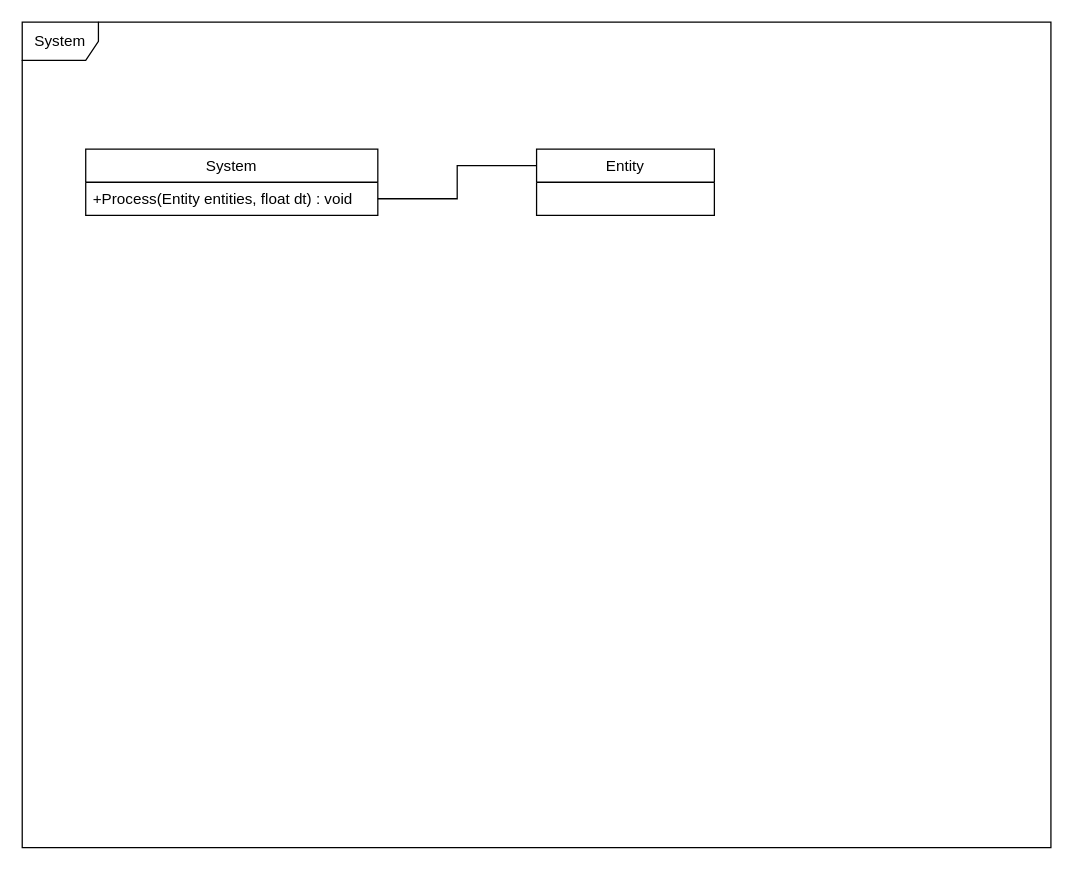
Above: page "System" (1 of 5) of UMLDiagram.drawio in hazN/ECS_Engine (draw.io), before the change. Source tidied: cells renumbered, new cells numbered last; positions are measured from the earlier drawing's top-left corner, leaving out a move shared by most shapes. Both pictures are drawn from the tidied source at 127%, with x=0, y=0 at pixel (22, 22).
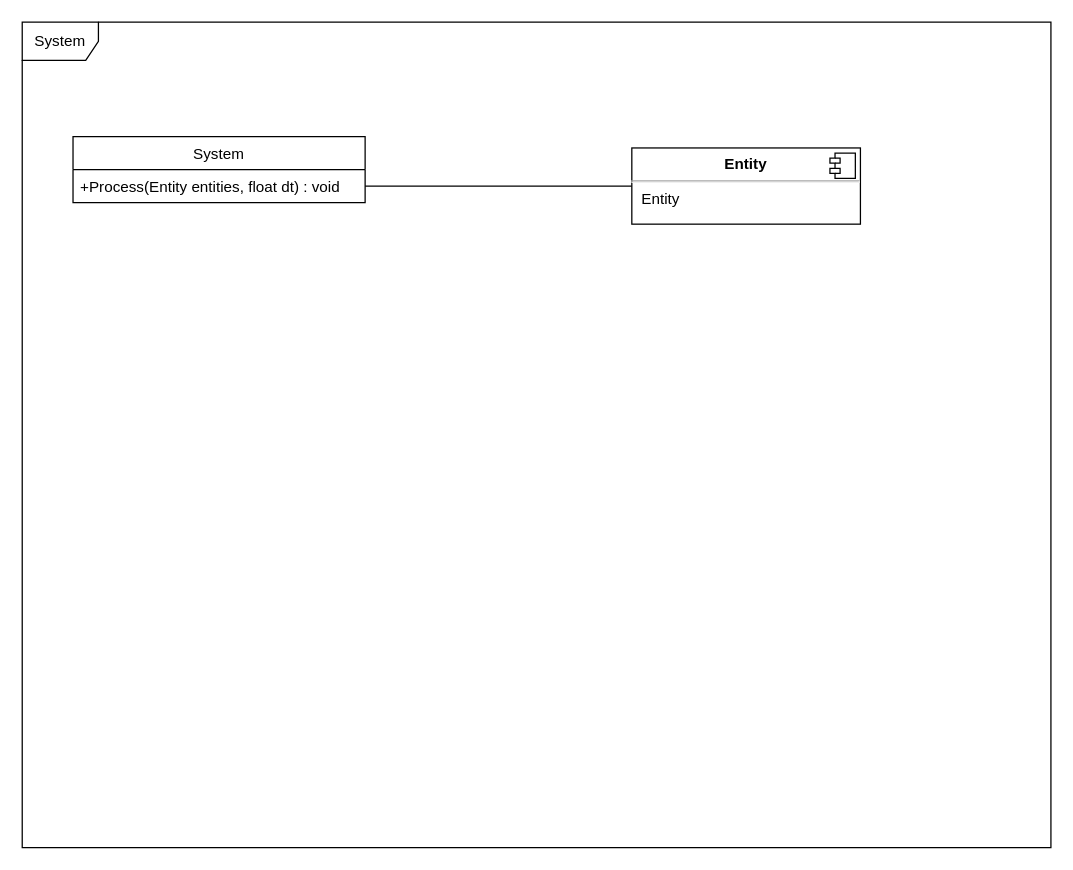
The same page after the edit.

Diff of the diagram source:
```diff
@@
 <mxGraphModel>
   <root>
     <mxCell id="0" />
     <mxCell id="1" parent="0" />
     <mxCell id="2" value="System" style="shape=umlFrame;whiteSpace=wrap;html=1;" parent="1" vertex="1">
       <mxGeometry width="810" height="650" as="geometry" />
     </mxCell>
     <mxCell id="3" value="System" style="swimlane;fontStyle=0;horizontal=1;startSize=26;fillColor=none;" parent="1" vertex="1">
-      <mxGeometry x="50" y="100" width="230" height="52" as="geometry" />
+      <mxGeometry x="40" y="90" width="230" height="52" as="geometry" />
     </mxCell>
     <mxCell id="4" value="+Process(Entity entities, float dt) : void " style="text;strokeColor=none;fillColor=none;align=left;verticalAlign=top;spacingLeft=4;spacingRight=4;overflow=hidden;points=[[0,0.5],[1,0.5]];portConstraint=eastwest;" parent="3" vertex="1">
       <mxGeometry y="26" width="230" height="26" as="geometry" />
     </mxCell>
-    <mxCell id="5" value="Entity" style="swimlane;fontStyle=0;horizontal=1;startSize=26;fillColor=none;" parent="1" vertex="1">
-      <mxGeometry x="405" y="100" width="140" height="52" as="geometry" />
-    </mxCell>
-    <mxCell id="6" style="edgeStyle=orthogonalEdgeStyle;rounded=0;jettySize=auto;html=1;exitX=1;exitY=0.5;exitDx=0;exitDy=0;entryX=0;entryY=0.25;entryDx=0;entryDy=0;endArrow=none;endFill=0;" parent="1" edge="1" source="4" target="5">
+    <mxCell id="6" style="edgeStyle=orthogonalEdgeStyle;rounded=0;jettySize=auto;html=1;exitX=1;exitY=0.5;exitDx=0;exitDy=0;entryX=0;entryY=0.5;entryDx=0;entryDy=0;endArrow=none;endFill=0;" parent="1" edge="1" source="4" target="7">
       <mxGeometry relative="1" as="geometry" />
     </mxCell>
+    <mxCell id="7" value="&lt;p style=&quot;margin:0px;margin-top:6px;text-align:center;&quot;&gt;&lt;b&gt;Entity&lt;/b&gt;&lt;/p&gt;&lt;hr&gt;&lt;p style=&quot;margin:0px;margin-left:8px;&quot;&gt;Entity&lt;/p&gt;" style="align=left;overflow=fill;html=1;" parent="1" vertex="1">
+      <mxGeometry x="480" y="99" width="180" height="60" as="geometry" />
+    </mxCell>
+    <mxCell id="8" style="shape=component;jettyWidth=8;jettyHeight=4;" parent="7" vertex="1">
+      <mxGeometry x="1" width="20" height="20" relative="1" as="geometry">
+        <mxPoint x="-24" y="4" as="offset" />
+      </mxGeometry>
+    </mxCell>
   </root>
 </mxGraphModel>
```
